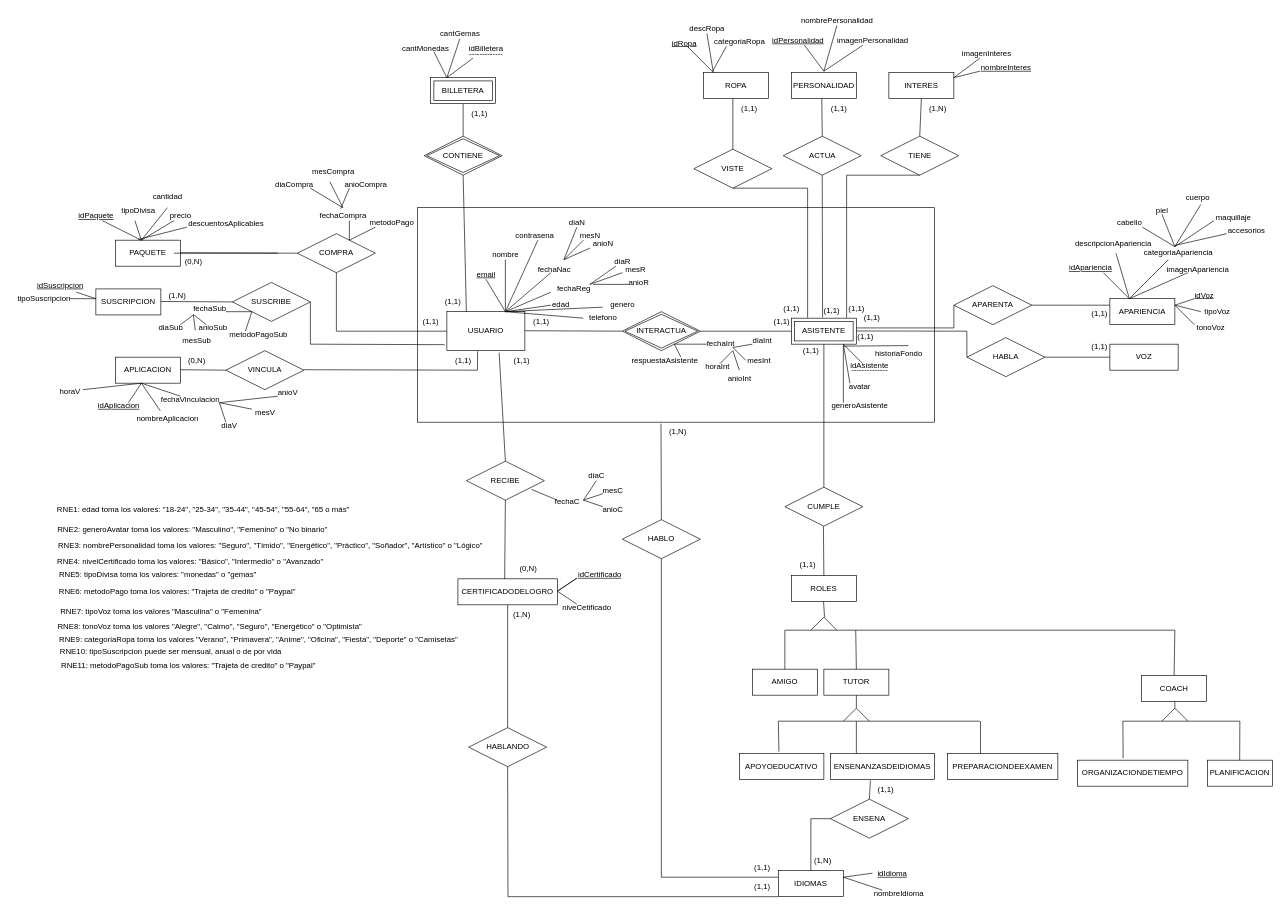
Before: obligatorio1.drawio in MartinAlonsoo/ObligatorioBD1, a draw.io diagram. Source tidied: cells renumbered, new cells numbered last; positions are measured from the earlier drawing's top-left corner, leaving out a move shared by most shapes. Both pictures are drawn from the tidied source at 65%, with x=0, y=0 at pixel (11, 11).
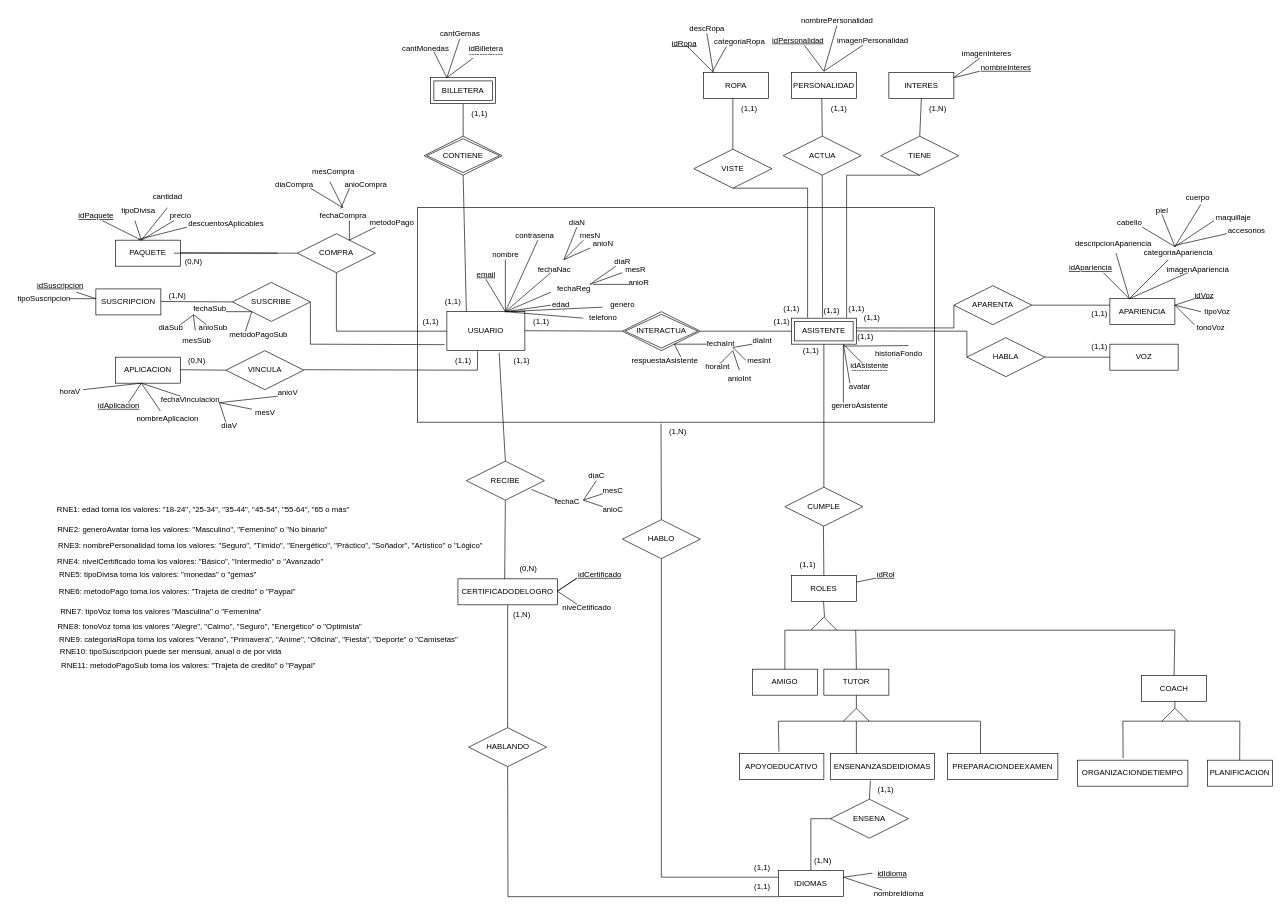
The same diagram, later.

What changed in the source:
```diff
@@
+    <mxCell id="255" style="endArrow=none;html=1;rounded=0;" parent="1" edge="1">
+      <mxGeometry relative="1" as="geometry">
+        <mxPoint x="1300" y="878" as="sourcePoint" />
+        <mxPoint x="1330" y="872" as="targetPoint" />
+      </mxGeometry>
+    </mxCell>
+    <mxCell id="256" value="&lt;u&gt;idRol&lt;/u&gt;" style="text;html=1;align=center;verticalAlign=middle;strokeColor=none;fillColor=none;" parent="1" vertex="1">
+      <mxGeometry x="1320" y="852" width="50" height="30" as="geometry" />
+    </mxCell>
```
